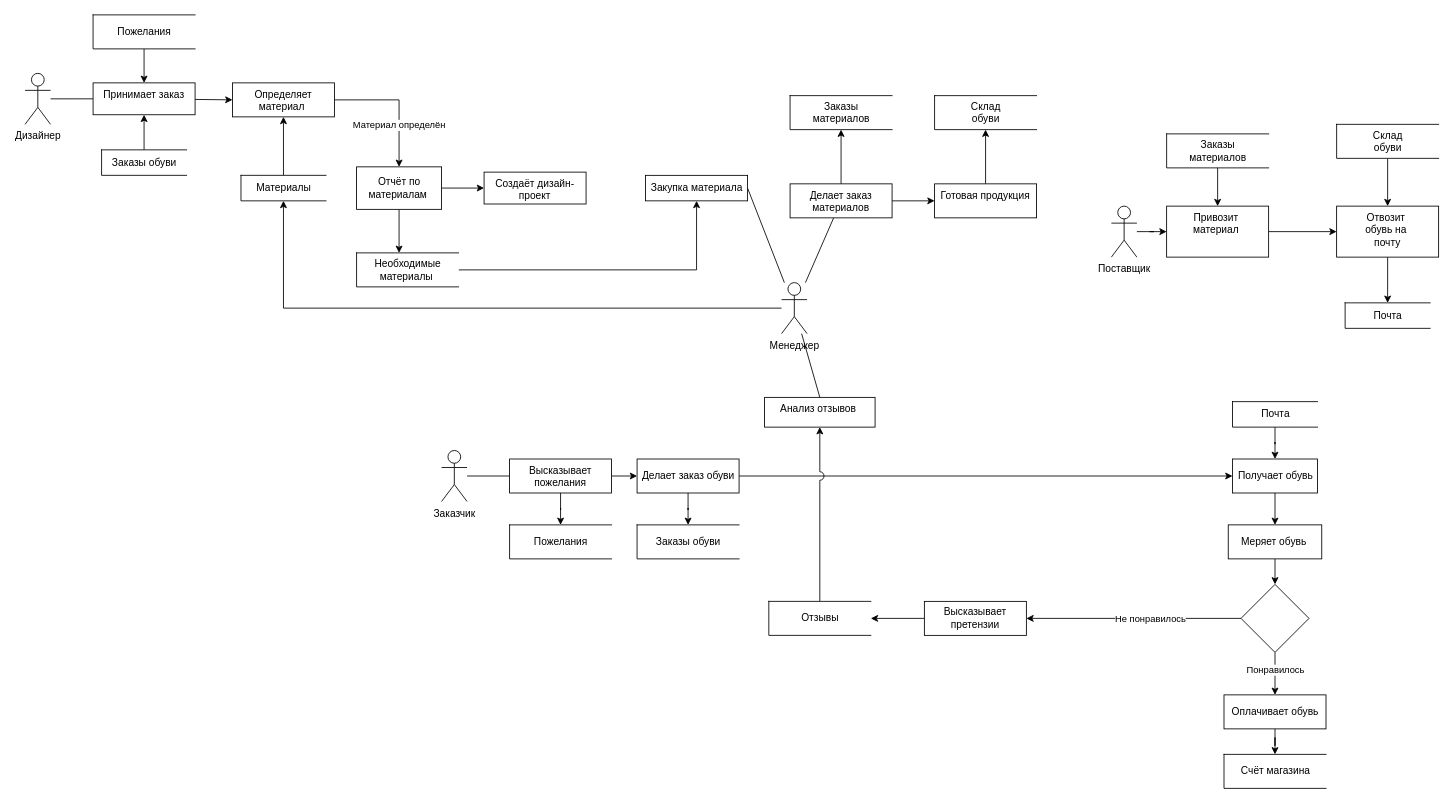
The draw.io diagram DFD.drawio in MorozovStanislav/Repozitory, before the edit. Source tidied: cells renumbered, new cells numbered last; positions are measured from the earlier drawing's top-left corner, leaving out a move shared by most shapes. Both pictures are drawn from the tidied source at 85%, with x=0, y=0 at pixel (25, 14).
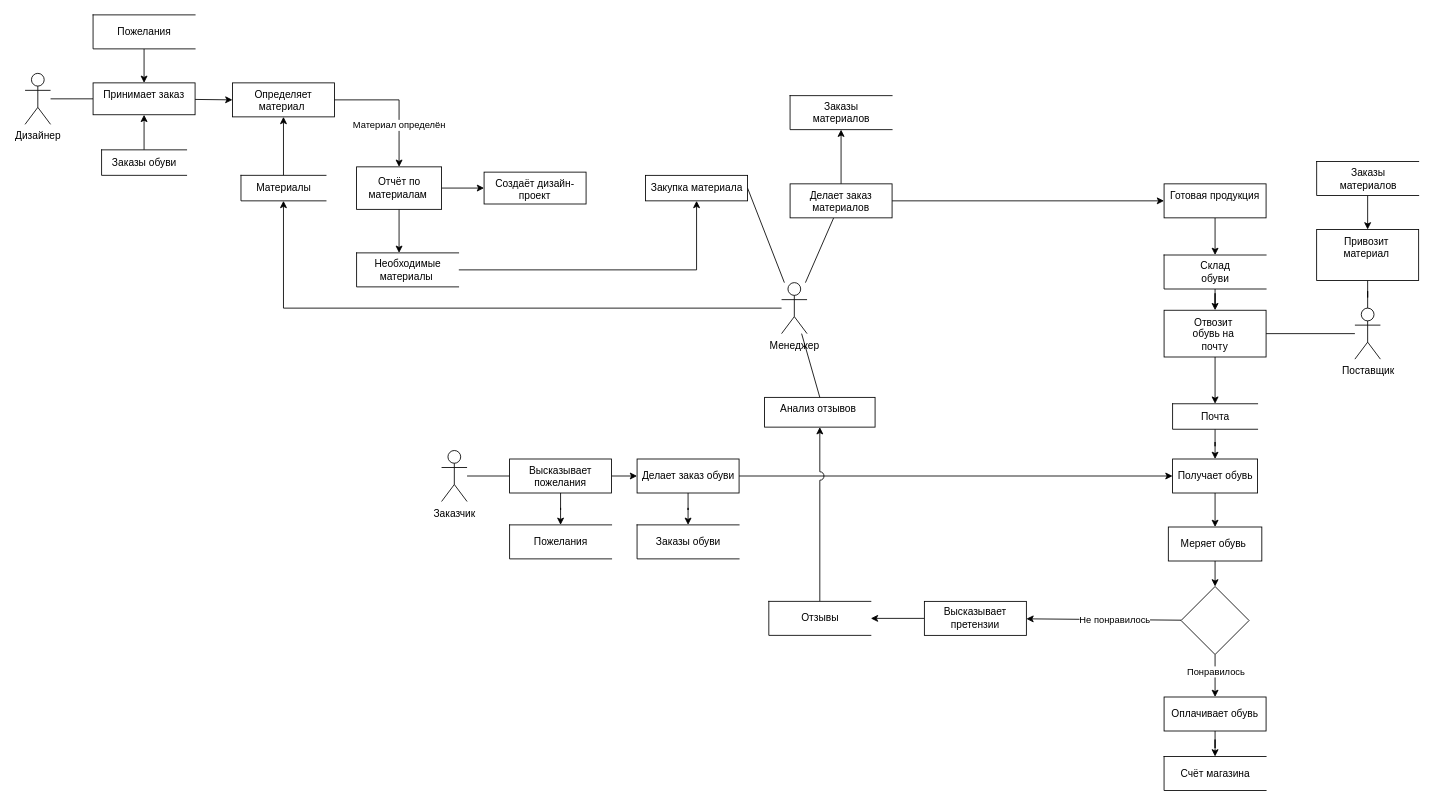
Above is the later version.

The edit, as a diff of the source:
```diff
@@
-    <mxCell id="7" style="edgeStyle=orthogonalEdgeStyle;rounded=0;sketch=0;jumpStyle=none;jumpSize=10;jettySize=auto;html=1;shadow=0;labelBorderColor=none;verticalAlign=middle;" parent="1" edge="1" source="8" target="63">
+    <mxCell id="7" style="edgeStyle=orthogonalEdgeStyle;rounded=0;jettySize=auto;html=1;endArrow=none;endFill=0;" parent="1" edge="1" source="8" target="63">
       <mxGeometry relative="1" as="geometry" />
     </mxCell>
+    <mxCell id="76" style="edgeStyle=orthogonalEdgeStyle;rounded=0;jettySize=auto;html=1;endArrow=none;endFill=0;" parent="1" edge="1" source="8" target="67">
+      <mxGeometry relative="1" as="geometry" />
+    </mxCell>
     <mxCell id="8" value="Поставщик" style="shape=umlActor;verticalLabelPosition=bottom;verticalAlign=top;html=1;outlineConnect=0;" parent="1" vertex="1">
-      <mxGeometry x="1278" y="225" width="30" height="60" as="geometry" />
+      <mxGeometry x="1564.5" y="345" width="30" height="60" as="geometry" />
     </mxCell>
@@
     <mxCell id="33" value="Получает обувь" style="html=1;dashed=0;whitespace=wrap;" parent="1" vertex="1">
-      <mxGeometry x="1420.5" y="522.5" width="100" height="40" as="geometry" />
+      <mxGeometry x="1350" y="522.5" width="100" height="40" as="geometry" />
     </mxCell>
@@
     <mxCell id="35" value="Меряет обувь&amp;nbsp;" style="whiteSpace=wrap;html=1;dashed=0;" parent="1" vertex="1">
-      <mxGeometry x="1415.5" y="600" width="110" height="40" as="geometry" />
+      <mxGeometry x="1345" y="602.5" width="110" height="40" as="geometry" />
     </mxCell>
@@
     <mxCell id="44" style="rhombus;whiteSpace=wrap;html=1;dashed=0;" parent="1" vertex="1">
-      <mxGeometry x="1430.5" y="670" width="80" height="80" as="geometry" />
+      <mxGeometry x="1360" y="672.5" width="80" height="80" as="geometry" />
     </mxCell>
@@
     <mxCell id="46" value="Оплачивает обувь" style="whiteSpace=wrap;html=1;dashed=0;" parent="1" vertex="1">
-      <mxGeometry x="1410.5" y="800" width="120" height="40" as="geometry" />
+      <mxGeometry x="1340" y="802.5" width="120" height="40" as="geometry" />
     </mxCell>
@@
     <mxCell id="51" value="Счёт магазина" style="html=1;dashed=0;whitespace=wrap;shape=partialRectangle;right=0;" parent="1" vertex="1">
-      <mxGeometry x="1410.5" y="870" width="120" height="40" as="geometry" />
+      <mxGeometry x="1340" y="872.5" width="120" height="40" as="geometry" />
     </mxCell>
@@
-    <mxCell id="57" style="edgeStyle=orthogonalEdgeStyle;rounded=0;sketch=0;jumpStyle=none;jumpSize=10;jettySize=auto;html=1;entryX=0.5;entryY=1;entryDx=0;entryDy=0;shadow=0;labelBorderColor=none;verticalAlign=middle;" parent="1" edge="1" source="58" target="59">
+    <mxCell id="57" style="edgeStyle=orthogonalEdgeStyle;rounded=0;jettySize=auto;html=1;" parent="1" edge="1" source="58" target="59">
       <mxGeometry relative="1" as="geometry" />
     </mxCell>
     <mxCell id="58" value="Готовая продукция" style="whiteSpace=wrap;html=1;verticalAlign=top;" parent="1" vertex="1">
-      <mxGeometry x="1070" y="198.8" width="120" height="40" as="geometry" />
+      <mxGeometry x="1340" y="198.8" width="120" height="40" as="geometry" />
     </mxCell>
+    <mxCell id="77" style="edgeStyle=orthogonalEdgeStyle;rounded=0;jettySize=auto;html=1;" parent="1" edge="1" source="59" target="67">
+      <mxGeometry relative="1" as="geometry" />
+    </mxCell>
     <mxCell id="59" value="Склад &lt;br&gt;обуви" style="html=1;dashed=0;whitespace=wrap;shape=partialRectangle;right=0;" parent="1" vertex="1">
-      <mxGeometry x="1070" y="95" width="120" height="40" as="geometry" />
+      <mxGeometry x="1340" y="282.5" width="120" height="40" as="geometry" />
     </mxCell>
@@
-    <mxCell id="62" style="edgeStyle=orthogonalEdgeStyle;rounded=0;sketch=0;jumpStyle=none;jumpSize=10;jettySize=auto;html=1;shadow=0;labelBorderColor=none;verticalAlign=middle;" parent="1" edge="1" source="63" target="67">
-      <mxGeometry relative="1" as="geometry" />
-    </mxCell>
     <mxCell id="63" value="Привозит&amp;nbsp;&lt;br&gt;материал&amp;nbsp;" style="whiteSpace=wrap;html=1;verticalAlign=top;" parent="1" vertex="1">
-      <mxGeometry x="1343" y="225" width="120" height="60" as="geometry" />
+      <mxGeometry x="1519.5" y="252.5" width="120" height="60" as="geometry" />
     </mxCell>
@@
     <mxCell id="65" value="Заказы &lt;br&gt;материалов" style="html=1;dashed=0;whitespace=wrap;shape=partialRectangle;right=0;" parent="1" vertex="1">
-      <mxGeometry x="1343" y="140" width="120" height="40" as="geometry" />
+      <mxGeometry x="1519.5" y="172.5" width="120" height="40" as="geometry" />
     </mxCell>
-    <mxCell id="66" style="edgeStyle=orthogonalEdgeStyle;rounded=0;sketch=0;jumpStyle=none;jumpSize=10;jettySize=auto;html=1;shadow=0;labelBorderColor=none;verticalAlign=middle;entryX=0.5;entryY=0;entryDx=0;entryDy=0;" parent="1" edge="1" source="67" target="70">
-      <mxGeometry relative="1" as="geometry" />
-    </mxCell>
-    <mxCell id="67" value="Отвозит&amp;nbsp;&lt;br&gt;обувь на&amp;nbsp;&lt;br&gt;почту" style="whiteSpace=wrap;html=1;verticalAlign=top;" parent="1" vertex="1">
-      <mxGeometry x="1543" y="225" width="120" height="60" as="geometry" />
-    </mxCell>
-    <mxCell id="68" style="edgeStyle=orthogonalEdgeStyle;rounded=0;sketch=0;jumpStyle=none;jumpSize=10;jettySize=auto;html=1;entryX=0.5;entryY=0;entryDx=0;entryDy=0;shadow=0;labelBorderColor=none;verticalAlign=middle;" parent="1" edge="1" source="69" target="67">
-      <mxGeometry relative="1" as="geometry" />
-    </mxCell>
-    <mxCell id="69" value="Склад &lt;br&gt;обуви" style="html=1;dashed=0;whitespace=wrap;shape=partialRectangle;right=0;" parent="1" vertex="1">
-      <mxGeometry x="1543" y="128.8" width="120" height="40" as="geometry" />
-    </mxCell>
-    <mxCell id="70" value="Почта" style="html=1;dashed=0;whitespace=wrap;shape=partialRectangle;right=0;" parent="1" vertex="1">
-      <mxGeometry x="1553" y="338.8" width="100" height="30" as="geometry" />
-    </mxCell>
@@
     <mxCell id="72" value="Почта" style="html=1;dashed=0;whitespace=wrap;shape=partialRectangle;right=0;" parent="1" vertex="1">
-      <mxGeometry x="1420.5" y="455" width="100" height="30" as="geometry" />
+      <mxGeometry x="1350" y="457.5" width="100" height="30" as="geometry" />
     </mxCell>
@@
+    <mxCell id="78" style="edgeStyle=orthogonalEdgeStyle;rounded=0;jettySize=auto;html=1;endArrow=classic;endFill=1;" parent="1" edge="1" source="67" target="72">
+      <mxGeometry relative="1" as="geometry" />
+    </mxCell>
+    <mxCell id="67" value="Отвозит&amp;nbsp;&lt;br&gt;обувь на&amp;nbsp;&lt;br&gt;почту" style="whiteSpace=wrap;html=1;verticalAlign=top;" parent="1" vertex="1">
+      <mxGeometry x="1340" y="347.5" width="120" height="55" as="geometry" />
+    </mxCell>
```
